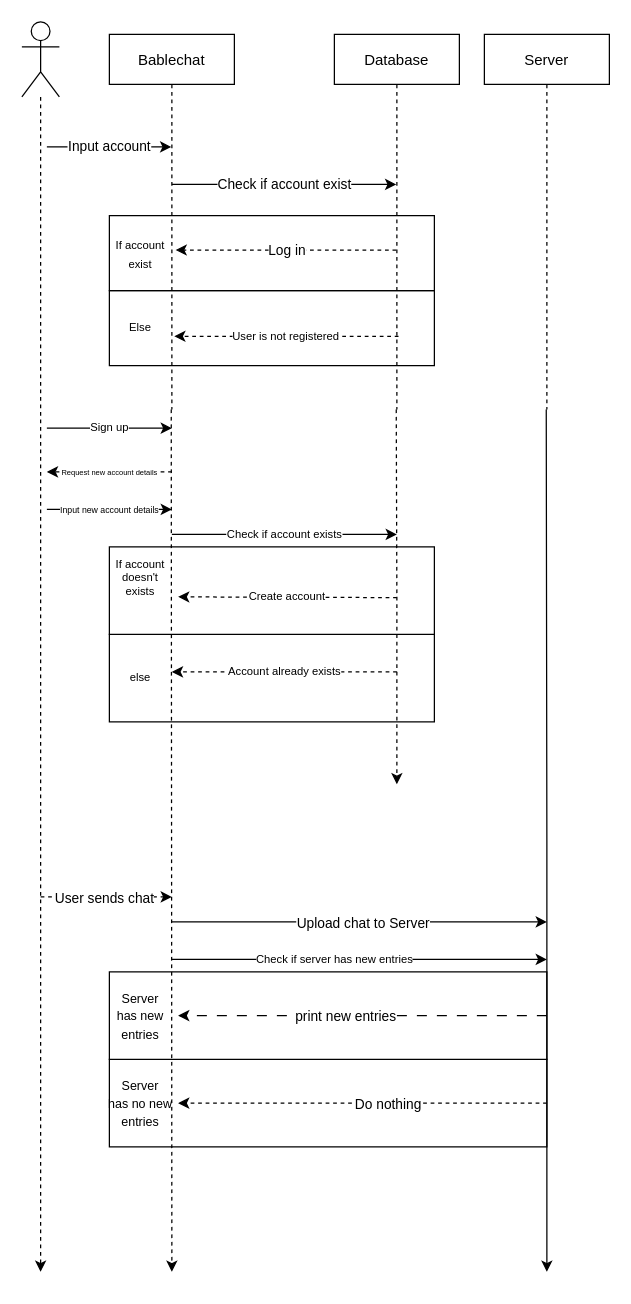
The draw.io diagram Diagramer/Sekvensdiagram.drawio in Simon9877/prog-Eksamensprojekt, before the edit. Source tidied: cells renumbered, new cells numbered last; positions are measured from the earlier drawing's top-left corner, leaving out a move shared by most shapes. Both pictures are drawn from the tidied source at 125%, with x=0, y=0 at pixel (21, 21).
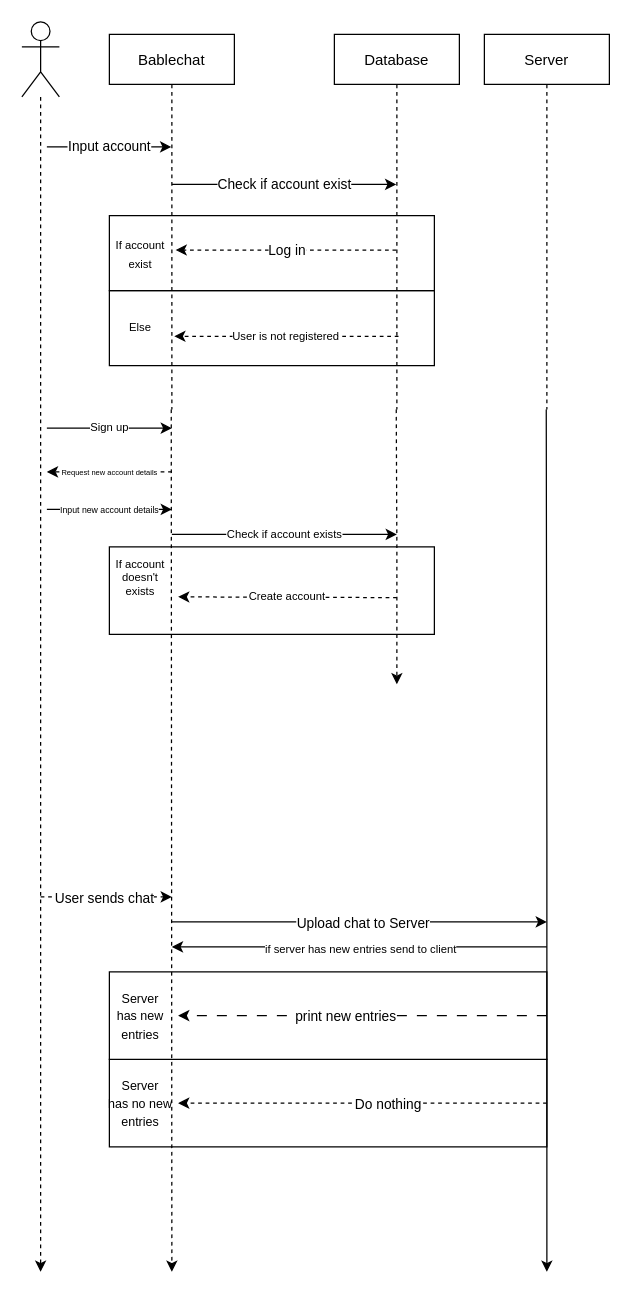
Above is the later version.

The change refers to these unchanged cells:
```xml
<mxCell id="12" value="Database" style="shape=umlLifeline;perimeter=lifelinePerimeter;rounded=0;shadow=0;strokeWidth=1;" parent="1" vertex="1">
  <mxGeometry x="250" y="10" width="100" height="300" as="geometry" />
</mxCell>
```

Change to the diagram source:
```diff
@@
-    <mxCell id="4" style="rounded=0;whiteSpace=wrap;html=1;fontSize=9;" parent="1" vertex="1">
-      <mxGeometry x="70" y="490" width="260" height="70" as="geometry" />
-    </mxCell>
@@
     <mxCell id="11" style="edgeStyle=orthogonalEdgeStyle;rounded=0;jettySize=auto;html=1;dashed=1;strokeColor=default;fontSize=9;" parent="1" edge="1" source="12">
       <mxGeometry relative="1" as="geometry">
-        <mxPoint x="300" y="610" as="targetPoint" />
+        <mxPoint x="300" y="530" as="targetPoint" />
       </mxGeometry>
     </mxCell>
@@
-    <mxCell id="25" value="Account already exists" style="endArrow=classic;html=1;rounded=0;dashed=1;strokeColor=default;fontSize=9;" parent="1" edge="1">
-      <mxGeometry relative="1" as="geometry">
-        <mxPoint x="300" y="520" as="sourcePoint" />
-        <mxPoint x="120" y="520" as="targetPoint" />
-      </mxGeometry>
-    </mxCell>
-    <mxCell id="26" value="else" style="text;html=1;strokeColor=none;fillColor=none;align=center;verticalAlign=middle;whiteSpace=wrap;rounded=0;fontSize=9;" parent="1" vertex="1">
-      <mxGeometry x="65" y="510" width="60" height="30" as="geometry" />
-    </mxCell>
@@
     <mxCell id="32" style="endArrow=classic;html=1;rounded=0;" parent="1" edge="1">
       <mxGeometry relative="1" as="geometry">
-        <mxPoint x="120" y="750" as="sourcePoint" />
-        <mxPoint x="420" y="750" as="targetPoint" />
+        <mxPoint x="420" y="740" as="sourcePoint" />
+        <mxPoint x="120" y="740" as="targetPoint" />
       </mxGeometry>
     </mxCell>
-    <mxCell id="33" value="Check if server has new entries" style="edgeLabel;html=1;align=center;verticalAlign=middle;fontSize=9;" parent="32" vertex="1">
+    <mxCell id="33" value="if server has new entries send to client" style="edgeLabel;html=1;align=center;verticalAlign=middle;fontSize=9;" parent="32" vertex="1">
       <mxGeometry x="-0.36" y="1" relative="1" as="geometry">
-        <mxPoint x="33" as="offset" />
+        <mxPoint x="-54" as="offset" />
       </mxGeometry>
     </mxCell>
```
